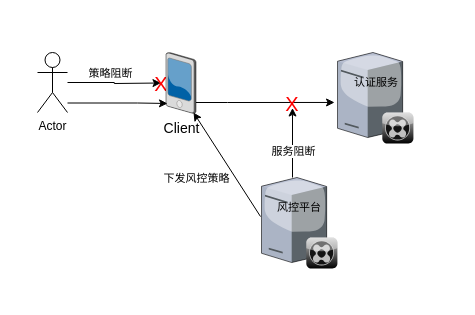
Before: 环境感知架构视图.drawio in mobof/Koal, a draw.io diagram. Source tidied: cells renumbered, new cells numbered last; positions are measured from the earlier drawing's top-left corner, leaving out a move shared by most shapes. Both pictures are drawn from the tidied source at 100%, with x=0, y=0 at pixel (37, 52).
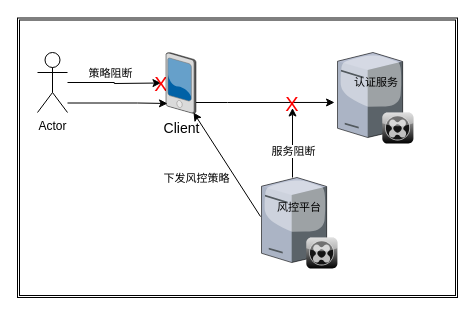
After the change.

Commit message (it also covers changes not shown here):
Update 环境感知架构视图.drawio

Change to the diagram source:
```diff
@@
+    <mxCell id="18" style="shape=ext;double=1;rounded=0;whiteSpace=wrap;html=1;labelBackgroundColor=#ffffff;fontSize=11;fontColor=#000000;fillColor=none;" parent="1" vertex="1">
+      <mxGeometry x="-20" y="-34.5" width="440" height="279.5" as="geometry" />
+    </mxCell>
```
